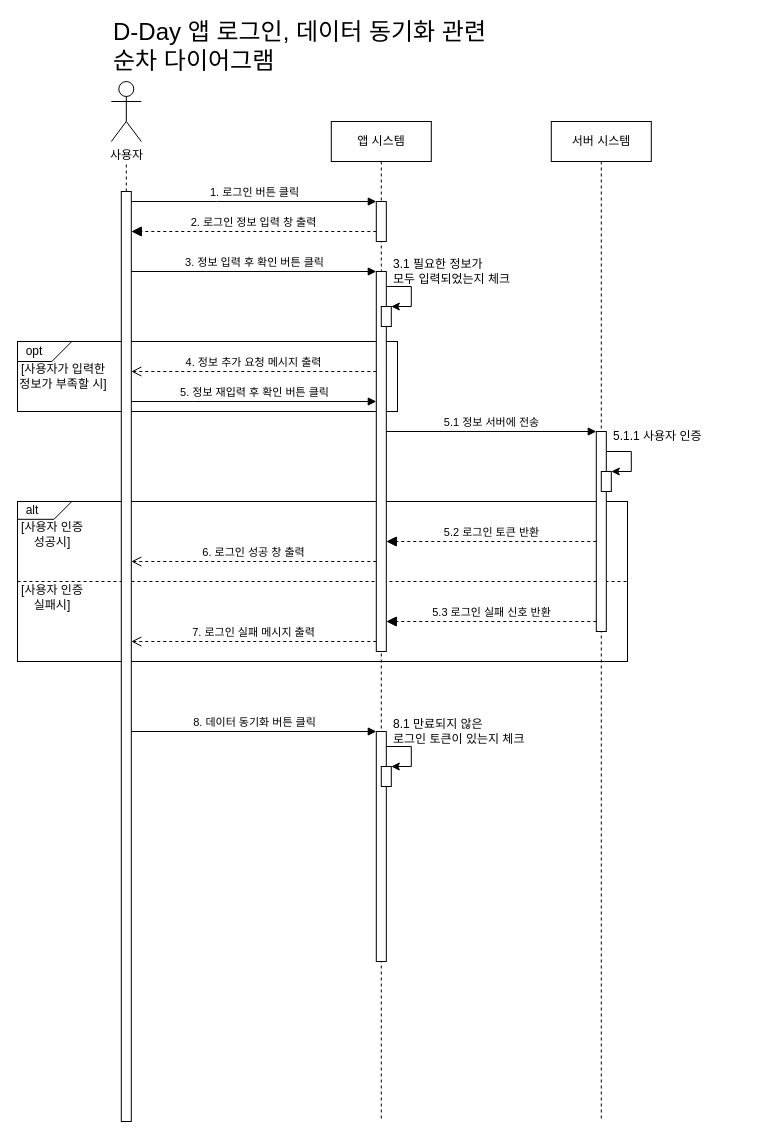
baechuTree/softwareEngineering keeps this draw.io diagram as sequence diagram - login.drawio. Above is the earlier version. Source tidied: cells renumbered, new cells numbered last; positions are measured from the earlier drawing's top-left corner, leaving out a move shared by most shapes. Both pictures are drawn from the tidied source at 100%, with x=0, y=0 at pixel (17, 31).
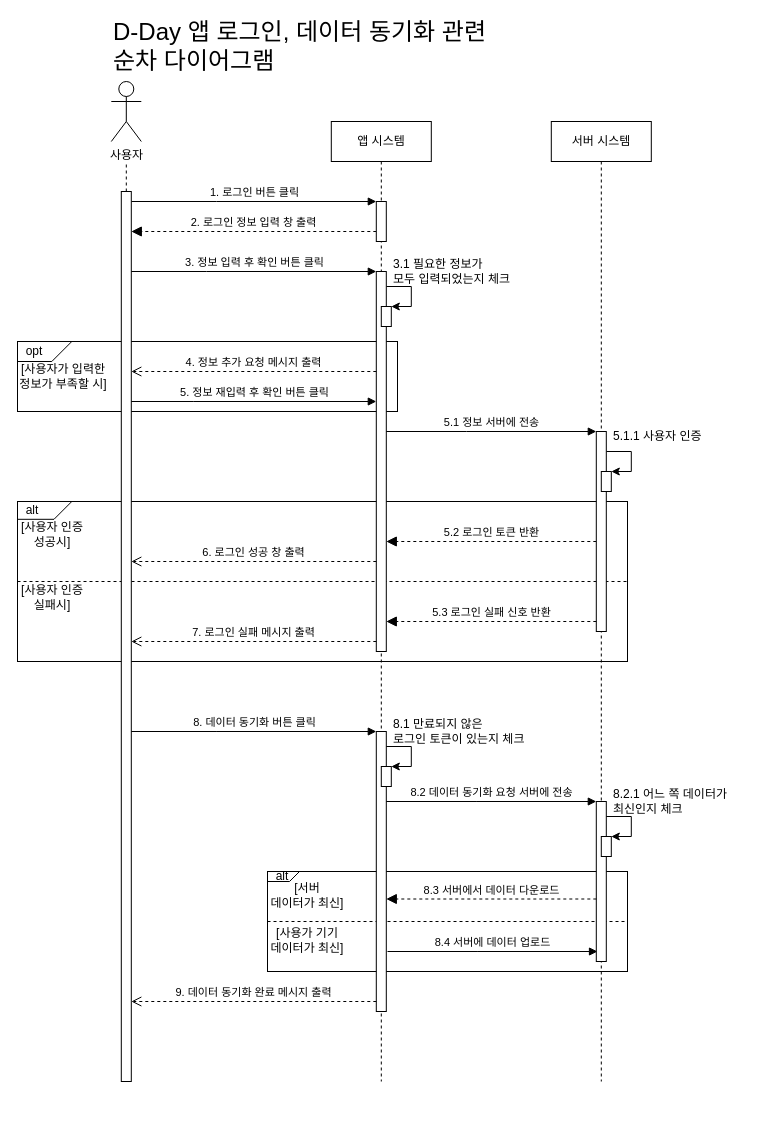
After the change.

Change to the diagram source:
```diff
@@
+    <mxCell id="42" style="group;" parent="1" vertex="1">
+      <mxGeometry x="250" y="840" width="360" height="100" as="geometry" />
+    </mxCell>
+    <mxCell id="43" style="rounded=0;whiteSpace=wrap;html=1;fillColor=none;" parent="42" vertex="1">
+      <mxGeometry width="360" height="100" as="geometry" />
+    </mxCell>
+    <mxCell id="44" value="&amp;nbsp; alt" style="shape=card;whiteSpace=wrap;html=1;direction=west;size=20;fillColor=none;align=left;" parent="42" vertex="1">
+      <mxGeometry width="32" height="10" as="geometry" />
+    </mxCell>
+    <mxCell id="45" value="[서버&lt;div&gt;데이터가&amp;nbsp;&lt;span style=&quot;background-color: transparent; color: light-dark(rgb(0, 0, 0), rgb(255, 255, 255));&quot;&gt;최신]&lt;/span&gt;&lt;/div&gt;" style="text;html=1;align=center;verticalAlign=middle;whiteSpace=wrap;rounded=0;" parent="42" vertex="1">
+      <mxGeometry y="15" width="80" height="17.5" as="geometry" />
+    </mxCell>
+    <mxCell id="46" style="endArrow=none;dashed=1;html=1;rounded=0;exitX=0;exitY=0.5;exitDx=0;exitDy=0;entryX=1;entryY=0.5;entryDx=0;entryDy=0;" parent="42" edge="1" source="43" target="43">
+      <mxGeometry relative="1" as="geometry" />
+    </mxCell>
+    <mxCell id="47" value="[사용가 기기&lt;div&gt;&lt;span style=&quot;background-color: transparent; color: light-dark(rgb(0, 0, 0), rgb(255, 255, 255));&quot;&gt;데이터가 최신]&lt;/span&gt;&lt;/div&gt;" style="text;html=1;align=center;verticalAlign=middle;whiteSpace=wrap;rounded=0;" parent="42" vertex="1">
+      <mxGeometry y="60" width="80" height="17.5" as="geometry" />
+    </mxCell>
+    <mxCell id="48" value="8.4 서버에 데이터 업로드" style="html=1;verticalAlign=bottom;endArrow=block;edgeStyle=elbowEdgeStyle;elbow=vertical;curved=0;rounded=0;" parent="42" edge="1">
+      <mxGeometry relative="1" as="geometry">
+        <mxPoint x="120" y="80" as="sourcePoint" />
+        <mxPoint x="330" y="80" as="targetPoint" />
+        <Array as="points">
+          <mxPoint x="209.6" y="80" />
+        </Array>
+      </mxGeometry>
+    </mxCell>
@@
     <mxCell id="12" value="서버 시스템" style="shape=umlLifeline;perimeter=lifelinePerimeter;whiteSpace=wrap;html=1;newEdgeStyle={&quot;edgeStyle&quot;:&quot;elbowEdgeStyle&quot;,&quot;elbow&quot;:&quot;vertical&quot;,&quot;curved&quot;:0,&quot;rounded&quot;:0};" parent="1" vertex="1">
-      <mxGeometry x="533.8" y="90" width="100" height="1000" as="geometry" />
+      <mxGeometry x="533.8" y="90" width="100" height="960" as="geometry" />
     </mxCell>
+    <mxCell id="49" style="html=1;points=[];perimeter=orthogonalPerimeter;outlineConnect=0;targetShapes=umlLifeline;portConstraint=eastwest;newEdgeStyle={&quot;edgeStyle&quot;:&quot;elbowEdgeStyle&quot;,&quot;elbow&quot;:&quot;vertical&quot;,&quot;curved&quot;:0,&quot;rounded&quot;:0};" parent="12" vertex="1">
+      <mxGeometry x="45" y="680" width="10" height="160" as="geometry" />
+    </mxCell>
+    <mxCell id="50" style="html=1;points=[];perimeter=orthogonalPerimeter;outlineConnect=0;targetShapes=umlLifeline;portConstraint=eastwest;newEdgeStyle={&quot;edgeStyle&quot;:&quot;elbowEdgeStyle&quot;,&quot;elbow&quot;:&quot;vertical&quot;,&quot;curved&quot;:0,&quot;rounded&quot;:0};" parent="12" vertex="1">
+      <mxGeometry x="50" y="715" width="10" height="20" as="geometry" />
+    </mxCell>
+    <mxCell id="51" style="endArrow=classic;html=1;rounded=0;edgeStyle=orthogonalEdgeStyle;" parent="12" edge="1" target="50">
+      <mxGeometry relative="1" as="geometry">
+        <mxPoint x="55" y="695" as="sourcePoint" />
+        <Array as="points">
+          <mxPoint x="80" y="695" />
+          <mxPoint x="80" y="715" />
+        </Array>
+      </mxGeometry>
+    </mxCell>
@@
     <mxCell id="17" style="html=1;points=[];perimeter=orthogonalPerimeter;outlineConnect=0;targetShapes=umlLifeline;portConstraint=eastwest;newEdgeStyle={&quot;edgeStyle&quot;:&quot;elbowEdgeStyle&quot;,&quot;elbow&quot;:&quot;vertical&quot;,&quot;curved&quot;:0,&quot;rounded&quot;:0};" parent="1" vertex="1">
-      <mxGeometry x="103.8" y="160" width="10" height="930" as="geometry" />
+      <mxGeometry x="103.8" y="160" width="10" height="890" as="geometry" />
     </mxCell>
@@
     <mxCell id="20" value="앱 시스템" style="shape=umlLifeline;perimeter=lifelinePerimeter;whiteSpace=wrap;html=1;newEdgeStyle={&quot;edgeStyle&quot;:&quot;elbowEdgeStyle&quot;,&quot;elbow&quot;:&quot;vertical&quot;,&quot;curved&quot;:0,&quot;rounded&quot;:0};" parent="1" vertex="1">
-      <mxGeometry x="313.8" y="90" width="100" height="1000" as="geometry" />
+      <mxGeometry x="313.8" y="90" width="100" height="960" as="geometry" />
     </mxCell>
@@
-    <mxCell id="28" value="5.1.1 사용자 인증" style="text;html=1;align=left;verticalAlign=middle;strokeColor=none;fillColor=none;" parent="20" vertex="1">
-      <mxGeometry x="280" y="300" width="110" height="30" as="geometry" />
-    </mxCell>
@@
     <mxCell id="31" style="html=1;points=[];perimeter=orthogonalPerimeter;outlineConnect=0;targetShapes=umlLifeline;portConstraint=eastwest;newEdgeStyle={&quot;edgeStyle&quot;:&quot;elbowEdgeStyle&quot;,&quot;elbow&quot;:&quot;vertical&quot;,&quot;curved&quot;:0,&quot;rounded&quot;:0};" parent="20" vertex="1">
-      <mxGeometry x="45" y="610" width="10" height="230" as="geometry" />
+      <mxGeometry x="45" y="610" width="10" height="280" as="geometry" />
     </mxCell>
@@
+    <mxCell id="52" value="8.2 데이터 동기화 요청 서버에 전송" style="html=1;verticalAlign=bottom;endArrow=block;edgeStyle=elbowEdgeStyle;elbow=vertical;curved=0;rounded=0;" parent="1" edge="1" source="31" target="49">
+      <mxGeometry relative="1" as="geometry">
+        <Array as="points">
+          <mxPoint x="458.6" y="770" />
+        </Array>
+      </mxGeometry>
+    </mxCell>
+    <mxCell id="28" value="5.1.1 사용자 인증" style="text;html=1;align=left;verticalAlign=middle;strokeColor=none;fillColor=none;" parent="1" vertex="1">
+      <mxGeometry x="593.8" y="390" width="110" height="30" as="geometry" />
+    </mxCell>
+    <mxCell id="53" value="8.2.1 어느 쪽 데이터가&lt;div&gt;최신인지 체크&lt;/div&gt;" style="text;html=1;align=left;verticalAlign=middle;strokeColor=none;fillColor=none;" parent="1" vertex="1">
+      <mxGeometry x="593.8" y="750" width="140" height="40" as="geometry" />
+    </mxCell>
+    <mxCell id="54" value="8.3 서버에서 데이터 다운로드" style="html=1;verticalAlign=bottom;endArrow=block;dashed=1;endSize=8;edgeStyle=elbowEdgeStyle;elbow=vertical;curved=0;rounded=0;endFill=1;" parent="1" edge="1" source="49" target="31">
+      <mxGeometry relative="1" as="geometry">
+        <Array as="points">
+          <mxPoint x="503.8" y="867.5" />
+        </Array>
+      </mxGeometry>
+    </mxCell>
+    <mxCell id="55" value="9. 데이터 동기화 완료 메시지 출력" style="html=1;verticalAlign=bottom;endArrow=open;dashed=1;endSize=8;edgeStyle=elbowEdgeStyle;elbow=vertical;curved=0;rounded=0;" parent="1" edge="1">
+      <mxGeometry relative="1" as="geometry">
+        <mxPoint x="358.8" y="970" as="sourcePoint" />
+        <mxPoint x="113.8" y="970" as="targetPoint" />
+        <Array as="points">
+          <mxPoint x="343.8" y="970" />
+        </Array>
+      </mxGeometry>
+    </mxCell>
```
